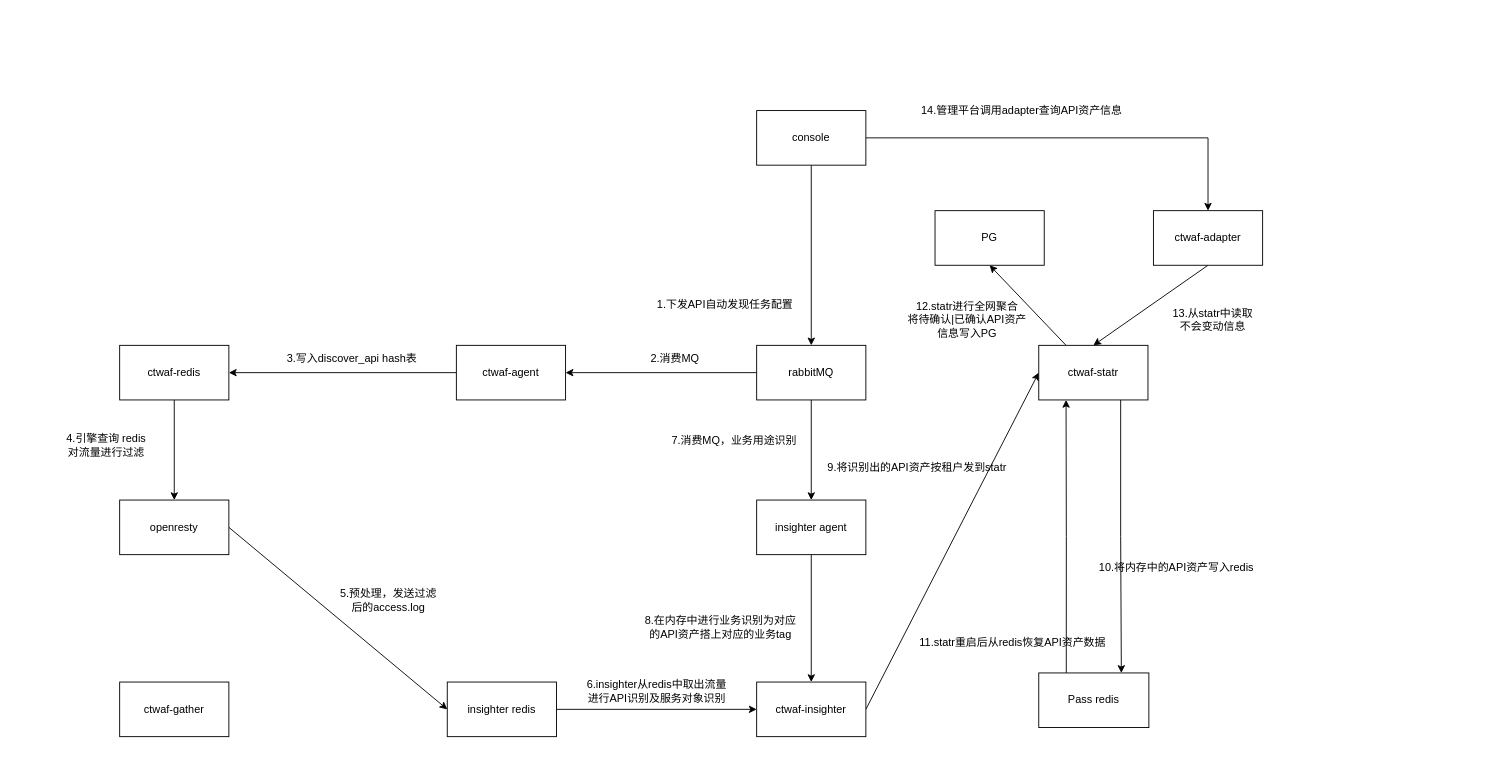
The draw.io diagram 未命名绘图.drawio in allurelzh/flask_demo, before the edit. Source tidied: cells renumbered, new cells numbered last; positions are measured from the earlier drawing's top-left corner, leaving out a move shared by most shapes. Both pictures are drawn from the tidied source at 91%, with x=0, y=0 at pixel (56, 96).
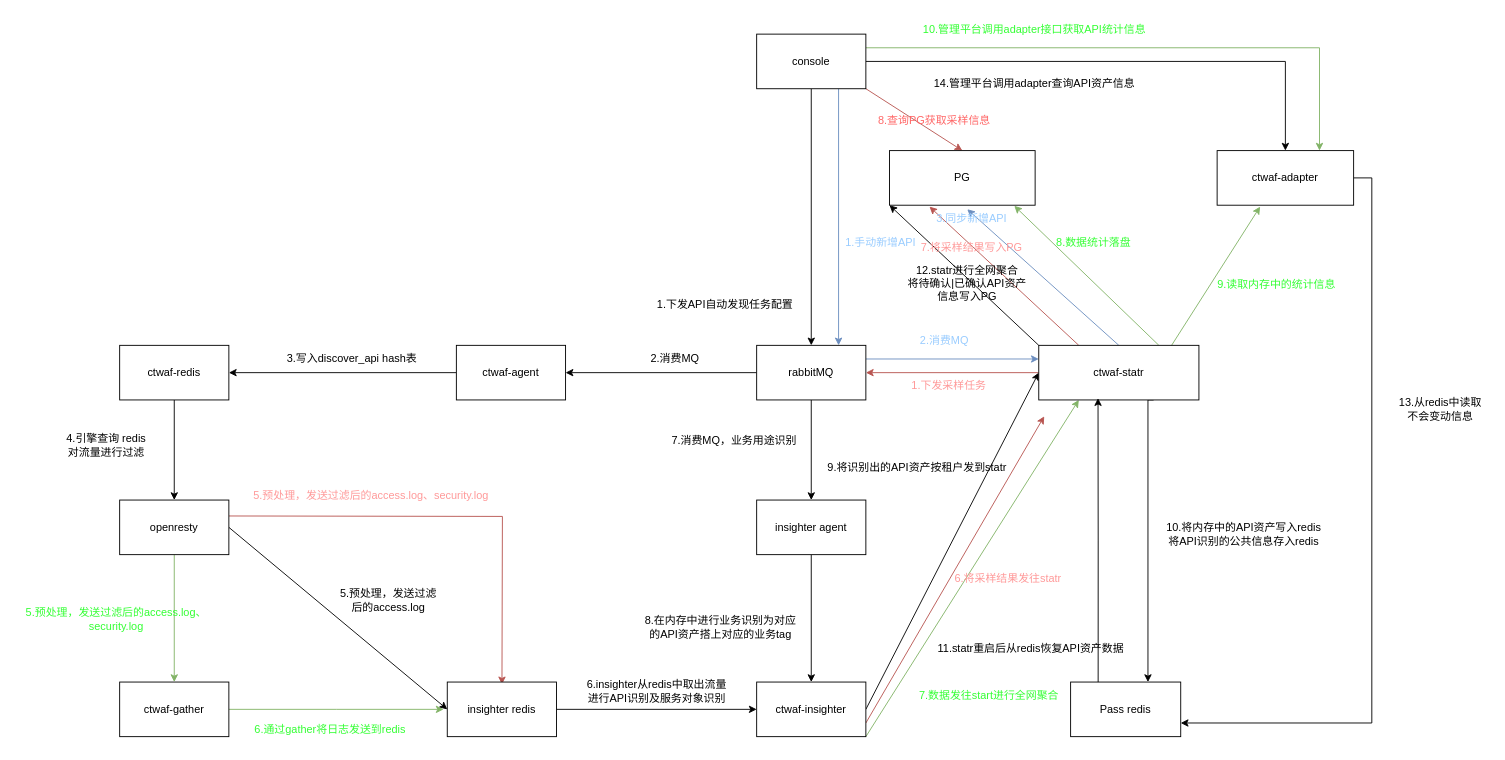
Above is the later version.

Commit message:
更新未命名绘图.drawio

Unchanged cells that the change refers to:
```xml
<mxCell id="5" value="openresty" style="rounded=0;whiteSpace=wrap;html=1;" parent="1" vertex="1">
  <mxGeometry x="70" y="443" width="120" height="60" as="geometry" />
</mxCell>
<mxCell id="11" value="rabbitMQ" style="rounded=0;whiteSpace=wrap;html=1;" parent="1" vertex="1">
  <mxGeometry x="770" y="273" width="120" height="60" as="geometry" />
</mxCell>
<mxCell id="19" value="ctwaf-insighter" style="rounded=0;whiteSpace=wrap;html=1;" parent="1" vertex="1">
  <mxGeometry x="770" y="643" width="120" height="60" as="geometry" />
</mxCell>
<mxCell id="25" value="ctwaf-gather" style="rounded=0;whiteSpace=wrap;html=1;" parent="1" vertex="1">
  <mxGeometry x="70" y="643" width="120" height="60" as="geometry" />
</mxCell>
```

The edit, as a diff of the source:
```diff
@@
+    <mxCell id="43" style="edgeStyle=orthogonalEdgeStyle;rounded=0;orthogonalLoop=1;jettySize=auto;html=1;exitX=1;exitY=0.25;exitDx=0;exitDy=0;fillColor=#f8cecc;strokeColor=#b85450;" parent="1" edge="1">
+      <mxGeometry relative="1" as="geometry">
+        <mxPoint x="190" y="460.5" as="sourcePoint" />
+        <mxPoint x="490.1" y="645.5" as="targetPoint" />
+      </mxGeometry>
+    </mxCell>
+    <mxCell id="44" style="edgeStyle=orthogonalEdgeStyle;rounded=0;jettySize=auto;html=1;exitX=0.5;exitY=1;exitDx=0;exitDy=0;fillColor=#d5e8d4;strokeColor=#82b366;" parent="1" edge="1" source="5" target="25">
+      <mxGeometry relative="1" as="geometry" />
+    </mxCell>
@@
+    <mxCell id="45" style="edgeStyle=orthogonalEdgeStyle;rounded=0;jettySize=auto;html=1;exitX=0.75;exitY=1;exitDx=0;exitDy=0;entryX=0.75;entryY=0;entryDx=0;entryDy=0;fillColor=#dae8fc;strokeColor=#6c8ebf;" parent="1" edge="1" source="8" target="11">
+      <mxGeometry relative="1" as="geometry" />
+    </mxCell>
+    <mxCell id="46" style="edgeStyle=orthogonalEdgeStyle;rounded=0;jettySize=auto;html=1;exitX=1;exitY=0.25;exitDx=0;exitDy=0;entryX=0.75;entryY=0;entryDx=0;entryDy=0;fillColor=#d5e8d4;strokeColor=#82b366;" parent="1" edge="1" source="8" target="38">
+      <mxGeometry relative="1" as="geometry" />
+    </mxCell>
+    <mxCell id="47" style="rounded=0;jettySize=auto;html=1;exitX=1;exitY=1;exitDx=0;exitDy=0;entryX=0.5;entryY=0;entryDx=0;entryDy=0;fillColor=#f8cecc;strokeColor=#b85450;" parent="1" edge="1" source="8" target="36">
+      <mxGeometry relative="1" as="geometry" />
+    </mxCell>
     <mxCell id="8" value="console" style="rounded=0;whiteSpace=wrap;html=1;" parent="1" vertex="1">
-      <mxGeometry x="770" y="15" width="120" height="60" as="geometry" />
+      <mxGeometry x="770" y="-69" width="120" height="60" as="geometry" />
     </mxCell>
@@
+    <mxCell id="48" style="edgeStyle=orthogonalEdgeStyle;rounded=0;jettySize=auto;html=1;exitX=1;exitY=0.25;exitDx=0;exitDy=0;entryX=0;entryY=0.25;entryDx=0;entryDy=0;fillColor=#dae8fc;strokeColor=#6c8ebf;" parent="1" edge="1" source="11" target="34">
+      <mxGeometry relative="1" as="geometry" />
+    </mxCell>
@@
+    <mxCell id="49" style="rounded=0;jettySize=auto;html=1;exitX=1;exitY=0.75;exitDx=0;exitDy=0;fillColor=#f8cecc;strokeColor=#b85450;" parent="1" edge="1" source="19">
+      <mxGeometry relative="1" as="geometry">
+        <mxPoint x="1086" y="351" as="targetPoint" />
+      </mxGeometry>
+    </mxCell>
+    <mxCell id="50" style="rounded=0;jettySize=auto;html=1;exitX=1;exitY=1;exitDx=0;exitDy=0;fillColor=#d5e8d4;strokeColor=#82b366;entryX=0.25;entryY=1;entryDx=0;entryDy=0;" parent="1" edge="1" source="19" target="34">
+      <mxGeometry relative="1" as="geometry" />
+    </mxCell>
@@
+    <mxCell id="51" style="edgeStyle=orthogonalEdgeStyle;rounded=0;jettySize=auto;html=1;exitX=1;exitY=0.5;exitDx=0;exitDy=0;fillColor=#d5e8d4;strokeColor=#82b366;" parent="1" edge="1" source="25">
+      <mxGeometry relative="1" as="geometry">
+        <mxPoint x="426" y="673" as="targetPoint" />
+      </mxGeometry>
+    </mxCell>
@@
-    <mxCell id="29" style="edgeStyle=orthogonalEdgeStyle;rounded=0;jettySize=auto;html=1;exitX=0.25;exitY=0;exitDx=0;exitDy=0;entryX=0.25;entryY=1;entryDx=0;entryDy=0;" parent="1" edge="1" source="30" target="34">
-      <mxGeometry relative="1" as="geometry" />
-    </mxCell>
     <mxCell id="30" value="Pass redis" style="rounded=0;whiteSpace=wrap;html=1;" parent="1" vertex="1">
-      <mxGeometry x="1080" y="633" width="121" height="60" as="geometry" />
+      <mxGeometry x="1115" y="643" width="121" height="60" as="geometry" />
     </mxCell>
@@
-    <mxCell id="32" style="edgeStyle=orthogonalEdgeStyle;rounded=0;jettySize=auto;html=1;exitX=0.75;exitY=1;exitDx=0;exitDy=0;entryX=0.75;entryY=0;entryDx=0;entryDy=0;" parent="1" edge="1" source="34" target="30">
-      <mxGeometry relative="1" as="geometry" />
-    </mxCell>
-    <mxCell id="33" style="rounded=0;jettySize=auto;html=1;exitX=0.25;exitY=0;exitDx=0;exitDy=0;entryX=0.5;entryY=1;entryDx=0;entryDy=0;" parent="1" edge="1" source="34" target="36">
+    <mxCell id="33" style="rounded=0;jettySize=auto;html=1;exitX=0;exitY=0;exitDx=0;exitDy=0;entryX=0;entryY=1;entryDx=0;entryDy=0;" parent="1" edge="1" source="34" target="36">
       <mxGeometry relative="1" as="geometry" />
     </mxCell>
+    <mxCell id="52" style="edgeStyle=orthogonalEdgeStyle;rounded=0;jettySize=auto;html=1;exitX=0;exitY=0.5;exitDx=0;exitDy=0;entryX=1;entryY=0.5;entryDx=0;entryDy=0;fillColor=#f8cecc;strokeColor=#b85450;" parent="1" edge="1" source="34" target="11">
+      <mxGeometry relative="1" as="geometry" />
+    </mxCell>
+    <mxCell id="53" style="rounded=0;jettySize=auto;html=1;exitX=0.25;exitY=0;exitDx=0;exitDy=0;entryX=0.039;entryY=0.053;entryDx=0;entryDy=0;fillColor=#f8cecc;strokeColor=#b85450;entryPerimeter=0;" parent="1" edge="1" source="34" target="65">
+      <mxGeometry relative="1" as="geometry" />
+    </mxCell>
+    <mxCell id="54" style="edgeStyle=orthogonalEdgeStyle;rounded=0;orthogonalLoop=1;jettySize=auto;html=1;exitX=0.75;exitY=1;exitDx=0;exitDy=0;entryX=0.75;entryY=0;entryDx=0;entryDy=0;" parent="1" edge="1">
+      <mxGeometry relative="1" as="geometry">
+        <mxPoint x="1206.2" y="333" as="sourcePoint" />
+        <mxPoint x="1200" y="643" as="targetPoint" />
+        <Array as="points">
+          <mxPoint x="1200" y="334" />
+          <mxPoint x="1200" y="488" />
+          <mxPoint x="1201" y="643" />
+        </Array>
+      </mxGeometry>
+    </mxCell>
+    <mxCell id="55" style="rounded=0;jettySize=auto;html=1;exitX=0.5;exitY=0;exitDx=0;exitDy=0;entryX=0.454;entryY=0.147;entryDx=0;entryDy=0;entryPerimeter=0;fillColor=#dae8fc;strokeColor=#6c8ebf;" parent="1" edge="1" source="34" target="65">
+      <mxGeometry relative="1" as="geometry" />
+    </mxCell>
+    <mxCell id="56" style="rounded=0;jettySize=auto;html=1;exitX=0.75;exitY=0;exitDx=0;exitDy=0;entryX=0.971;entryY=0.022;entryDx=0;entryDy=0;entryPerimeter=0;fillColor=#d5e8d4;strokeColor=#82b366;" parent="1" edge="1" source="34" target="65">
+      <mxGeometry relative="1" as="geometry" />
+    </mxCell>
+    <mxCell id="57" style="rounded=0;jettySize=auto;html=1;exitX=0.824;exitY=0.025;exitDx=0;exitDy=0;entryX=0.315;entryY=1.026;entryDx=0;entryDy=0;fillColor=#d5e8d4;strokeColor=#82b366;entryPerimeter=0;exitPerimeter=0;" parent="1" edge="1" source="34" target="38">
+      <mxGeometry relative="1" as="geometry" />
+    </mxCell>
     <mxCell id="34" value="ctwaf-statr" style="rounded=0;whiteSpace=wrap;html=1;" parent="1" vertex="1">
-      <mxGeometry x="1080" y="273" width="120" height="60" as="geometry" />
+      <mxGeometry x="1080" y="273" width="176" height="60" as="geometry" />
     </mxCell>
-    <mxCell id="35" value="10.将内存中的API资产写入redis" style="text;html=1;align=center;verticalAlign=middle;strokeColor=none;fillColor=none;" parent="1" vertex="1">
-      <mxGeometry x="1136" y="503" width="190" height="30" as="geometry" />
+    <mxCell id="35" value="10.将内存中的API资产写入redis&lt;div&gt;将API识别的公共信息存入redis&lt;/div&gt;" style="text;html=1;align=center;verticalAlign=middle;strokeColor=none;fillColor=none;" parent="1" vertex="1">
+      <mxGeometry x="1210" y="461" width="190" height="40" as="geometry" />
     </mxCell>
     <mxCell id="36" value="PG" style="rounded=0;whiteSpace=wrap;html=1;" parent="1" vertex="1">
-      <mxGeometry x="966" y="125" width="120" height="60" as="geometry" />
+      <mxGeometry x="916" y="59" width="160" height="60" as="geometry" />
     </mxCell>
-    <mxCell id="37" style="rounded=0;jettySize=auto;html=1;exitX=0.5;exitY=1;exitDx=0;exitDy=0;entryX=0.5;entryY=0;entryDx=0;entryDy=0;" parent="1" edge="1" source="38" target="34">
-      <mxGeometry relative="1" as="geometry" />
-    </mxCell>
+    <mxCell id="58" style="edgeStyle=orthogonalEdgeStyle;rounded=0;jettySize=auto;html=1;exitX=1;exitY=0.5;exitDx=0;exitDy=0;entryX=1;entryY=0.75;entryDx=0;entryDy=0;" parent="1" edge="1" source="38" target="30">
+      <mxGeometry relative="1" as="geometry" />
+    </mxCell>
     <mxCell id="38" value="ctwaf-adapter" style="rounded=0;whiteSpace=wrap;html=1;" parent="1" vertex="1">
-      <mxGeometry x="1206" y="125" width="120" height="60" as="geometry" />
+      <mxGeometry x="1276" y="59" width="150" height="60" as="geometry" />
     </mxCell>
     <mxCell id="39" value="11.statr重启后从redis恢复API资产数据" style="text;html=1;align=center;verticalAlign=middle;strokeColor=none;fillColor=none;" parent="1" vertex="1">
-      <mxGeometry x="936" y="585" width="230" height="30" as="geometry" />
+      <mxGeometry x="956" y="591" width="230" height="30" as="geometry" />
     </mxCell>
     <mxCell id="40" value="12.statr进行全网聚合&lt;div&gt;将待确认|已确认API资产&lt;/div&gt;&lt;div&gt;信息写入PG&lt;/div&gt;" style="text;html=1;align=center;verticalAlign=middle;strokeColor=none;fillColor=none;" parent="1" vertex="1">
-      <mxGeometry x="926" y="215" width="150" height="60" as="geometry" />
+      <mxGeometry x="926" y="175" width="150" height="60" as="geometry" />
     </mxCell>
-    <mxCell id="41" value="13.从statr中读取&lt;div&gt;&lt;span style=&quot;background-color: initial;&quot;&gt;不会变动信息&lt;/span&gt;&lt;/div&gt;" style="text;html=1;align=center;verticalAlign=middle;strokeColor=none;fillColor=none;" parent="1" vertex="1">
-      <mxGeometry x="1216" y="225" width="110" height="40" as="geometry" />
+    <mxCell id="41" value="13.从redis中读取&lt;div&gt;&lt;span style=&quot;background-color: initial;&quot;&gt;不会变动信息&lt;/span&gt;&lt;/div&gt;" style="text;html=1;align=center;verticalAlign=middle;strokeColor=none;fillColor=none;" parent="1" vertex="1">
+      <mxGeometry x="1466" y="323" width="110" height="40" as="geometry" />
     </mxCell>
     <mxCell id="42" value="14.管理平台调用adapter查询API资产信息" style="text;html=1;align=center;verticalAlign=middle;strokeColor=none;fillColor=none;" parent="1" vertex="1">
-      <mxGeometry x="941" width="240" height="30" as="geometry" />
+      <mxGeometry x="955" y="-29" width="240" height="30" as="geometry" />
     </mxCell>
+    <mxCell id="59" value="&lt;font color=&quot;#ff9999&quot;&gt;1.下发采样任务&lt;/font&gt;" style="text;html=1;align=center;verticalAlign=middle;strokeColor=none;fillColor=none;" parent="1" vertex="1">
+      <mxGeometry x="926" y="303" width="110" height="30" as="geometry" />
+    </mxCell>
+    <mxCell id="60" value="&lt;font color=&quot;#ff9999&quot;&gt;5.预处理，发送过滤后的access.log、security.log&lt;/font&gt;" style="text;html=1;align=center;verticalAlign=middle;strokeColor=none;fillColor=none;" parent="1" vertex="1">
+      <mxGeometry x="206" y="423" width="280" height="30" as="geometry" />
+    </mxCell>
+    <mxCell id="61" value="&lt;font color=&quot;#ff9999&quot;&gt;6.将采样结果发往statr&lt;/font&gt;" style="text;html=1;align=center;verticalAlign=middle;strokeColor=none;fillColor=none;" parent="1" vertex="1">
+      <mxGeometry x="976" y="515" width="140" height="30" as="geometry" />
+    </mxCell>
+    <mxCell id="62" value="&lt;font color=&quot;#ff9999&quot;&gt;7.将采样结果写入PG&lt;/font&gt;" style="text;html=1;align=center;verticalAlign=middle;strokeColor=none;fillColor=none;" parent="1" vertex="1">
+      <mxGeometry x="941" y="151" width="130" height="30" as="geometry" />
+    </mxCell>
+    <mxCell id="63" value="&lt;font color=&quot;#99ccff&quot;&gt;1.手动新增API&lt;/font&gt;" style="text;html=1;align=center;verticalAlign=middle;strokeColor=none;fillColor=none;" parent="1" vertex="1">
+      <mxGeometry x="856" y="145" width="100" height="30" as="geometry" />
+    </mxCell>
+    <mxCell id="64" value="&lt;font color=&quot;#99ccff&quot;&gt;2.消费MQ&lt;/font&gt;" style="text;html=1;align=center;verticalAlign=middle;strokeColor=none;fillColor=none;" parent="1" vertex="1">
+      <mxGeometry x="936" y="253" width="80" height="30" as="geometry" />
+    </mxCell>
+    <mxCell id="65" value="&lt;font color=&quot;#99ccff&quot;&gt;3.同步新增API&lt;/font&gt;" style="text;html=1;align=center;verticalAlign=middle;points=[];strokeColor=none;fillColor=none;" parent="1" vertex="1">
+      <mxGeometry x="956" y="119" width="100" height="30" as="geometry" />
+    </mxCell>
+    <mxCell id="29" style="edgeStyle=orthogonalEdgeStyle;rounded=0;jettySize=auto;html=1;exitX=0.25;exitY=0;exitDx=0;exitDy=0;entryX=0.37;entryY=0.967;entryDx=0;entryDy=0;entryPerimeter=0;" parent="1" edge="1" source="30" target="34">
+      <mxGeometry relative="1" as="geometry" />
+    </mxCell>
+    <mxCell id="66" value="&lt;font color=&quot;#33ff33&quot;&gt;5.预处理，发送过滤后的access.log、&lt;/font&gt;&lt;div&gt;&lt;font color=&quot;#33ff33&quot;&gt;security.log&lt;/font&gt;&lt;/div&gt;" style="text;html=1;align=center;verticalAlign=middle;strokeColor=none;fillColor=none;" parent="1" vertex="1">
+      <mxGeometry x="-44" y="554" width="220" height="40" as="geometry" />
+    </mxCell>
+    <mxCell id="67" value="&lt;font color=&quot;#33ff33&quot;&gt;6.通过gather将日志发送到redis&lt;/font&gt;" style="text;html=1;align=center;verticalAlign=middle;strokeColor=none;fillColor=none;" parent="1" vertex="1">
+      <mxGeometry x="206" y="681" width="190" height="30" as="geometry" />
+    </mxCell>
+    <mxCell id="68" value="&lt;font color=&quot;#33ff33&quot;&gt;7.数据发往start进行全网聚合&lt;/font&gt;" style="text;html=1;align=center;verticalAlign=middle;strokeColor=none;fillColor=none;" parent="1" vertex="1">
+      <mxGeometry x="935" y="643" width="180" height="30" as="geometry" />
+    </mxCell>
+    <mxCell id="69" value="&lt;font color=&quot;#33ff33&quot;&gt;8.数据统计落盘&lt;/font&gt;" style="text;html=1;align=center;verticalAlign=middle;strokeColor=none;fillColor=none;" parent="1" vertex="1">
+      <mxGeometry x="1085" y="145" width="110" height="30" as="geometry" />
+    </mxCell>
+    <mxCell id="70" value="&lt;font color=&quot;#33ff33&quot;&gt;9.读取内存中的统计信息&lt;/font&gt;" style="text;html=1;align=center;verticalAlign=middle;strokeColor=none;fillColor=none;" parent="1" vertex="1">
+      <mxGeometry x="1266" y="191" width="150" height="30" as="geometry" />
+    </mxCell>
+    <mxCell id="71" value="&lt;font color=&quot;#33ff33&quot;&gt;10.管理平台调用adapter接口获取API统计信息&lt;/font&gt;" style="text;html=1;align=center;verticalAlign=middle;strokeColor=none;fillColor=none;" parent="1" vertex="1">
+      <mxGeometry x="940" y="-89" width="270" height="30" as="geometry" />
+    </mxCell>
+    <mxCell id="72" value="&lt;font color=&quot;#ff6666&quot;&gt;8.查询PG获取采样信息&lt;/font&gt;" style="text;html=1;align=center;verticalAlign=middle;strokeColor=none;fillColor=none;" parent="1" vertex="1">
+      <mxGeometry x="890" y="11" width="150" height="30" as="geometry" />
+    </mxCell>
```
